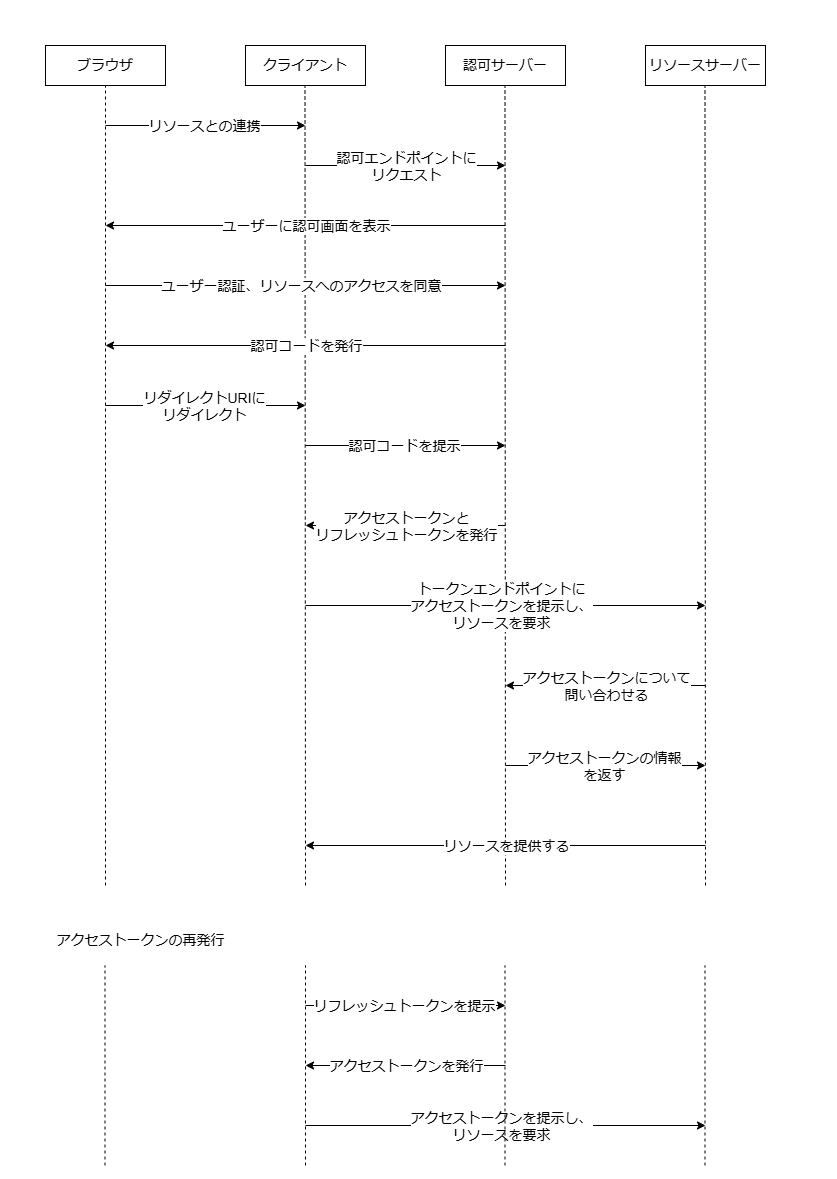
cashev/praha-challenge keeps this draw.io diagram as 11_extra/01_oauth/drawio/OAuth2.0.drawio.png. Above is the earlier version. Source tidied: cells renumbered, new cells last; positions are measured from the earlier drawing's top-left corner, leaving out a move shared by most shapes.
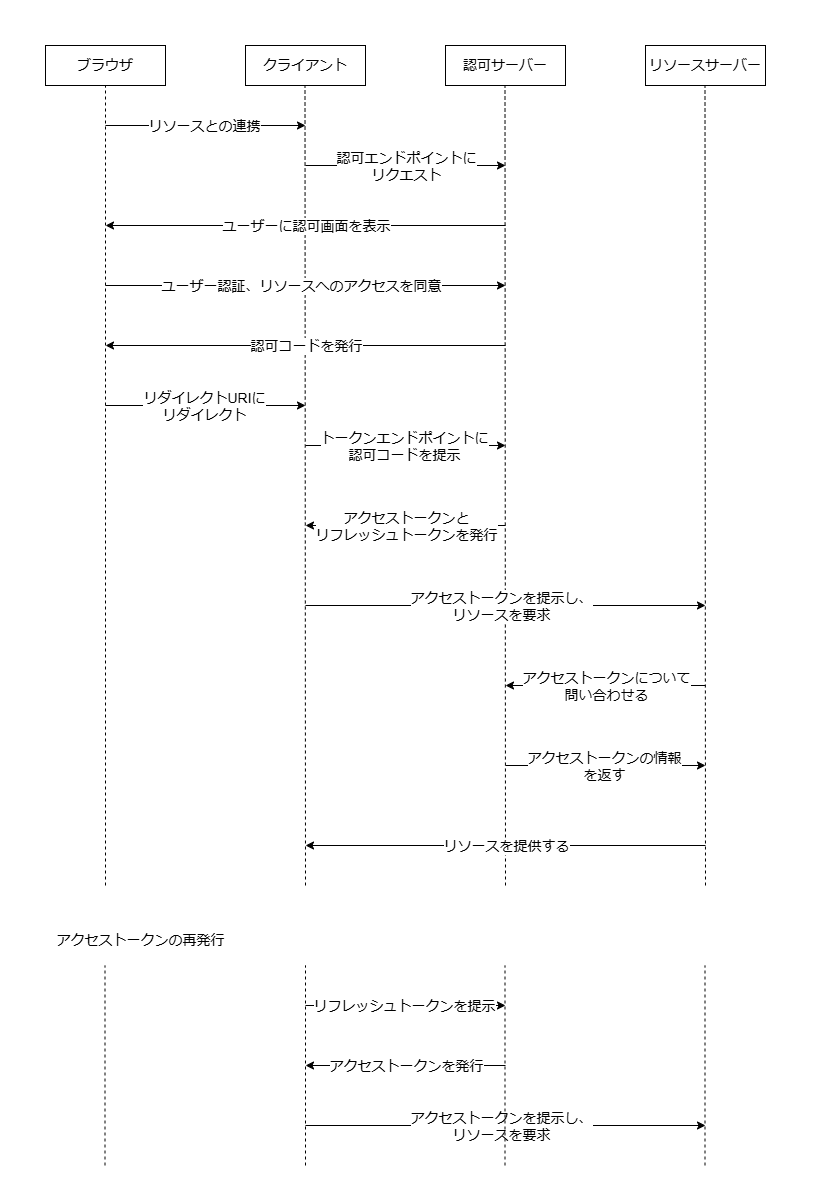
The same diagram one commit later.

What changed in the source:
```diff
@@ -88,7 +88,7 @@
     <mxCell id="21" value="Label" style="edgeLabel;html=1;align=center;verticalAlign=middle;" parent="20" vertex="1">
       <mxGeometry relative="1" as="geometry" />
     </mxCell>
-    <mxCell id="22" value="&lt;font style=&quot;font-size: 14px;&quot;&gt;認可コードを提示&lt;/font&gt;" style="edgeLabel;html=1;align=center;verticalAlign=middle;" parent="20" vertex="1">
+    <mxCell id="22" value="&lt;div&gt;&lt;font style=&quot;font-size: 14px;&quot;&gt;トークンエンドポイントに&lt;br&gt;&lt;/font&gt;&lt;/div&gt;&lt;font style=&quot;font-size: 14px;&quot;&gt;認可コードを提示&lt;/font&gt;" style="edgeLabel;html=1;align=center;verticalAlign=middle;" parent="20" vertex="1">
       <mxGeometry x="-0.02" relative="1" as="geometry" />
     </mxCell>
     <mxCell id="23" style="endArrow=classic;html=1;rounded=0;" parent="1" edge="1">
@@ -100,7 +100,7 @@
     <mxCell id="24" value="Label" style="edgeLabel;html=1;align=center;verticalAlign=middle;" parent="23" vertex="1">
       <mxGeometry relative="1" as="geometry" />
     </mxCell>
-    <mxCell id="25" value="&lt;div&gt;&lt;font style=&quot;font-size: 14px;&quot;&gt;トークンエンドポイントに&lt;/font&gt;&lt;/div&gt;&lt;font style=&quot;font-size: 14px;&quot;&gt;アクセストークンを提示し、&lt;/font&gt;&lt;div&gt;&lt;font style=&quot;font-size: 14px;&quot;&gt;リソースを要求&lt;/font&gt;&lt;/div&gt;" style="edgeLabel;html=1;align=center;verticalAlign=middle;" parent="23" vertex="1">
+    <mxCell id="25" value="&lt;div&gt;&lt;span style=&quot;font-size: 14px;&quot;&gt;アクセストークンを提示し、&lt;/span&gt;&lt;br&gt;&lt;/div&gt;&lt;div&gt;&lt;font style=&quot;font-size: 14px;&quot;&gt;リソースを要求&lt;/font&gt;&lt;/div&gt;" style="edgeLabel;html=1;align=center;verticalAlign=middle;" parent="23" vertex="1">
       <mxGeometry x="-0.02" relative="1" as="geometry" />
     </mxCell>
     <mxCell id="26" style="endArrow=classic;html=1;rounded=0;" parent="1" edge="1">
```
